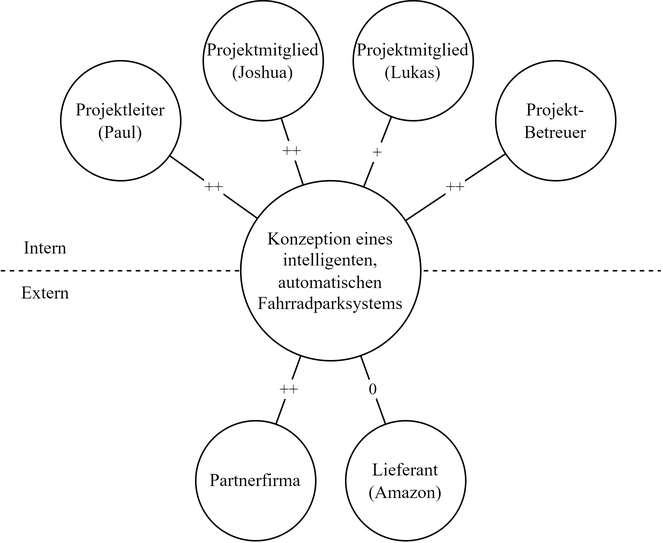
Earlier version of the draw.io export Diplomarbeit/images/projektumweltanalyse.png (jokil123/Fahrradturm). Source tidied: cells renumbered, new cells last; positions are measured from the earlier drawing's top-left corner, leaving out a move shared by most shapes.
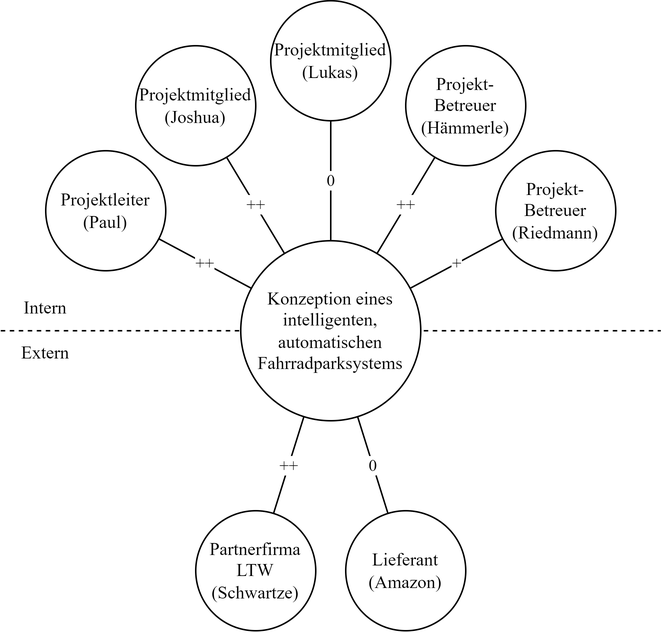
The same diagram one commit later.

The edit, as a diff of the source:
```diff
@@ -27,31 +27,37 @@
       <mxGeometry relative="1" as="geometry" />
     </mxCell>
     <mxCell id="9" value="Projektleiter&lt;br&gt;(Paul)" style="ellipse;whiteSpace=wrap;html=1;fontFamily=Times New Roman;" parent="1" vertex="1">
-      <mxGeometry x="40" y="40" width="80" height="80" as="geometry" />
+      <mxGeometry x="30" y="60" width="80" height="80" as="geometry" />
     </mxCell>
     <mxCell id="10" value="++" style="edgeStyle=none;html=1;fontFamily=Times New Roman;endArrow=none;endFill=0;" parent="1" edge="1" source="11" target="5">
       <mxGeometry relative="1" as="geometry" />
     </mxCell>
     <mxCell id="11" value="Projektmitglied&lt;br&gt;(Joshua)" style="ellipse;whiteSpace=wrap;html=1;fontFamily=Times New Roman;" parent="1" vertex="1">
-      <mxGeometry x="135" width="80" height="80" as="geometry" />
+      <mxGeometry x="90" y="-10" width="80" height="80" as="geometry" />
     </mxCell>
-    <mxCell id="12" value="+" style="edgeStyle=none;html=1;fontFamily=Times New Roman;endArrow=none;endFill=0;" parent="1" edge="1" source="13" target="5">
+    <mxCell id="12" value="0" style="edgeStyle=none;html=1;fontFamily=Times New Roman;endArrow=none;endFill=0;" parent="1" edge="1" source="13" target="5">
       <mxGeometry relative="1" as="geometry" />
     </mxCell>
     <mxCell id="13" value="Projektmitglied&lt;br&gt;(Lukas)" style="ellipse;whiteSpace=wrap;html=1;fontFamily=Times New Roman;" parent="1" vertex="1">
-      <mxGeometry x="235" width="80" height="80" as="geometry" />
+      <mxGeometry x="180" y="-40" width="80" height="80" as="geometry" />
     </mxCell>
     <mxCell id="14" value="++" style="edgeStyle=none;html=1;fontFamily=Times New Roman;endArrow=none;endFill=0;" parent="1" edge="1" source="15" target="5">
       <mxGeometry relative="1" as="geometry" />
     </mxCell>
-    <mxCell id="15" value="Projekt-&lt;br&gt;Betreuer" style="ellipse;whiteSpace=wrap;html=1;fontFamily=Times New Roman;" parent="1" vertex="1">
-      <mxGeometry x="330" y="40" width="80" height="80" as="geometry" />
+    <mxCell id="15" value="Projekt-&lt;br&gt;Betreuer&lt;br&gt;(Hämmerle)" style="ellipse;whiteSpace=wrap;html=1;fontFamily=Times New Roman;" parent="1" vertex="1">
+      <mxGeometry x="270" y="-10" width="80" height="80" as="geometry" />
     </mxCell>
-    <mxCell id="16" value="Partnerfirma" style="ellipse;whiteSpace=wrap;html=1;fontFamily=Times New Roman;" parent="1" vertex="1">
-      <mxGeometry x="130" y="280" width="80" height="80" as="geometry" />
+    <mxCell id="16" value="Partnerfirma&lt;br&gt;LTW&lt;br&gt;(Schwartze)" style="ellipse;whiteSpace=wrap;html=1;fontFamily=Times New Roman;" parent="1" vertex="1">
+      <mxGeometry x="130" y="300" width="80" height="80" as="geometry" />
     </mxCell>
     <mxCell id="17" value="Lieferant&lt;br&gt;(Amazon)" style="ellipse;whiteSpace=wrap;html=1;fontFamily=Times New Roman;" parent="1" vertex="1">
-      <mxGeometry x="230" y="280" width="80" height="80" as="geometry" />
+      <mxGeometry x="230" y="300" width="80" height="80" as="geometry" />
     </mxCell>
+    <mxCell id="18" value="Projekt-&lt;br&gt;Betreuer&lt;br&gt;(Riedmann)" style="ellipse;whiteSpace=wrap;html=1;fontFamily=Times New Roman;" parent="1" vertex="1">
+      <mxGeometry x="330" y="60" width="80" height="80" as="geometry" />
+    </mxCell>
+    <mxCell id="19" value="+" style="edgeStyle=none;html=1;fontFamily=Times New Roman;endArrow=none;endFill=0;" parent="1" edge="1" source="18" target="5">
+      <mxGeometry relative="1" as="geometry" />
+    </mxCell>
   </root>
 </mxGraphModel>
```
